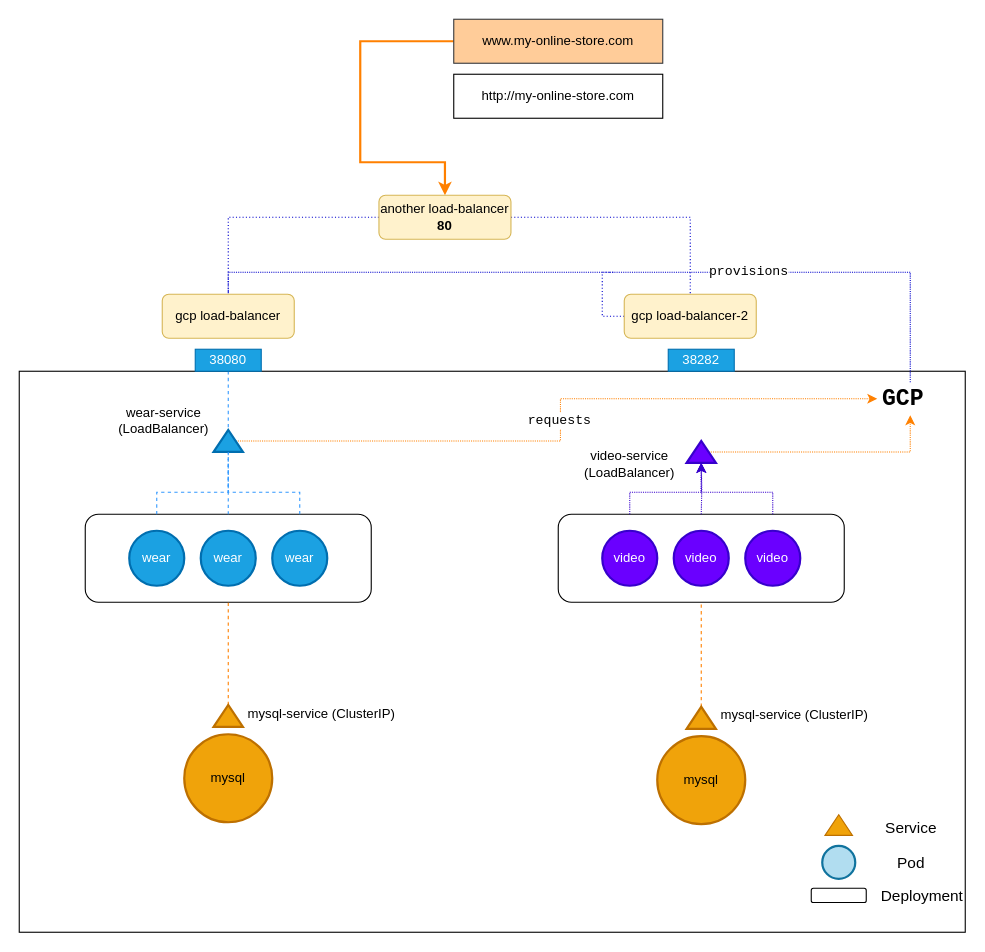
Earlier version of the draw.io diagram page "GCP ingress" (7 of 7) of assets/networking.drawio (aditya109/journey-CKA). Source tidied: cells renumbered, new cells numbered last; positions are measured from the earlier drawing's top-left corner, leaving out a move shared by most shapes. Both pictures are drawn from the tidied source at 110%, with x=0, y=0 at pixel (19, 19).
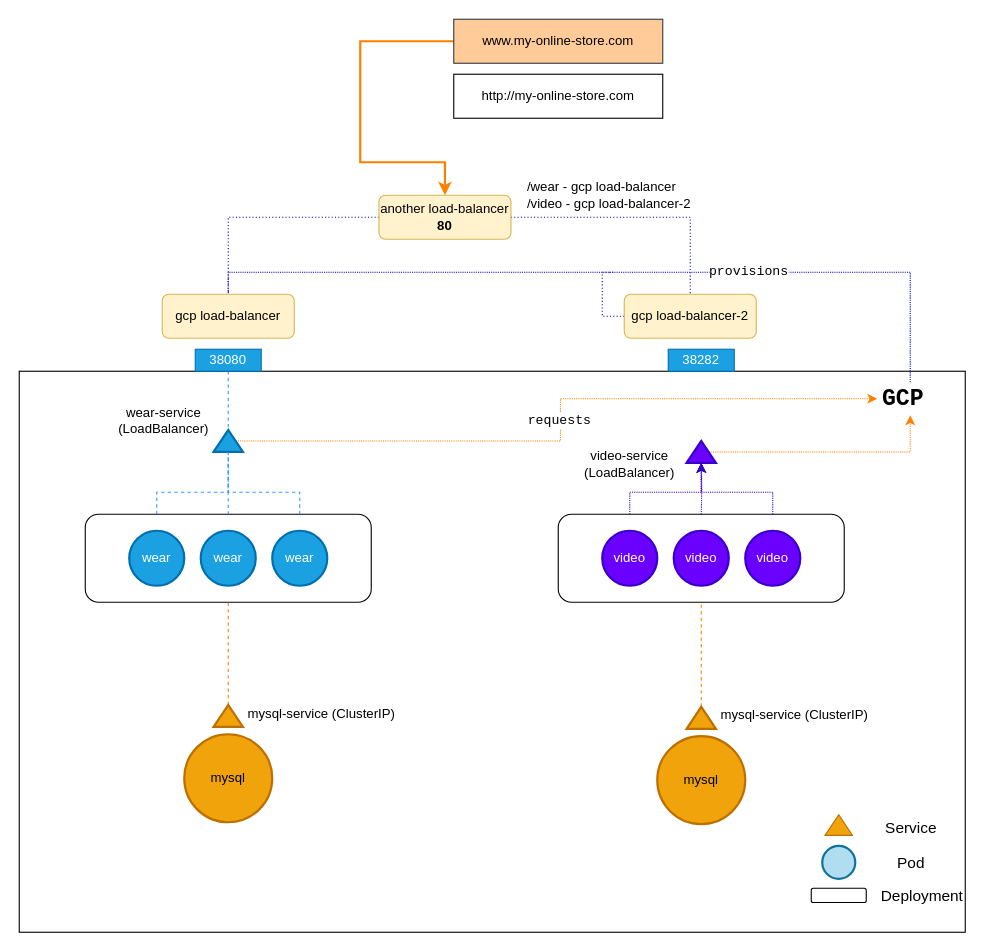
The same diagram, later.

Change to the diagram source:
```diff
@@
+    <mxCell id="53" value="/wear - gcp load-balancer&lt;br&gt;/video - gcp load-balancer-2" style="text;html=1;strokeColor=none;fillColor=none;align=left;verticalAlign=middle;whiteSpace=wrap;rounded=0;fontFamily=Helvetica;fontSize=12;" parent="1" vertex="1">
+      <mxGeometry x="460" y="140" width="170" height="40" as="geometry" />
+    </mxCell>
```
